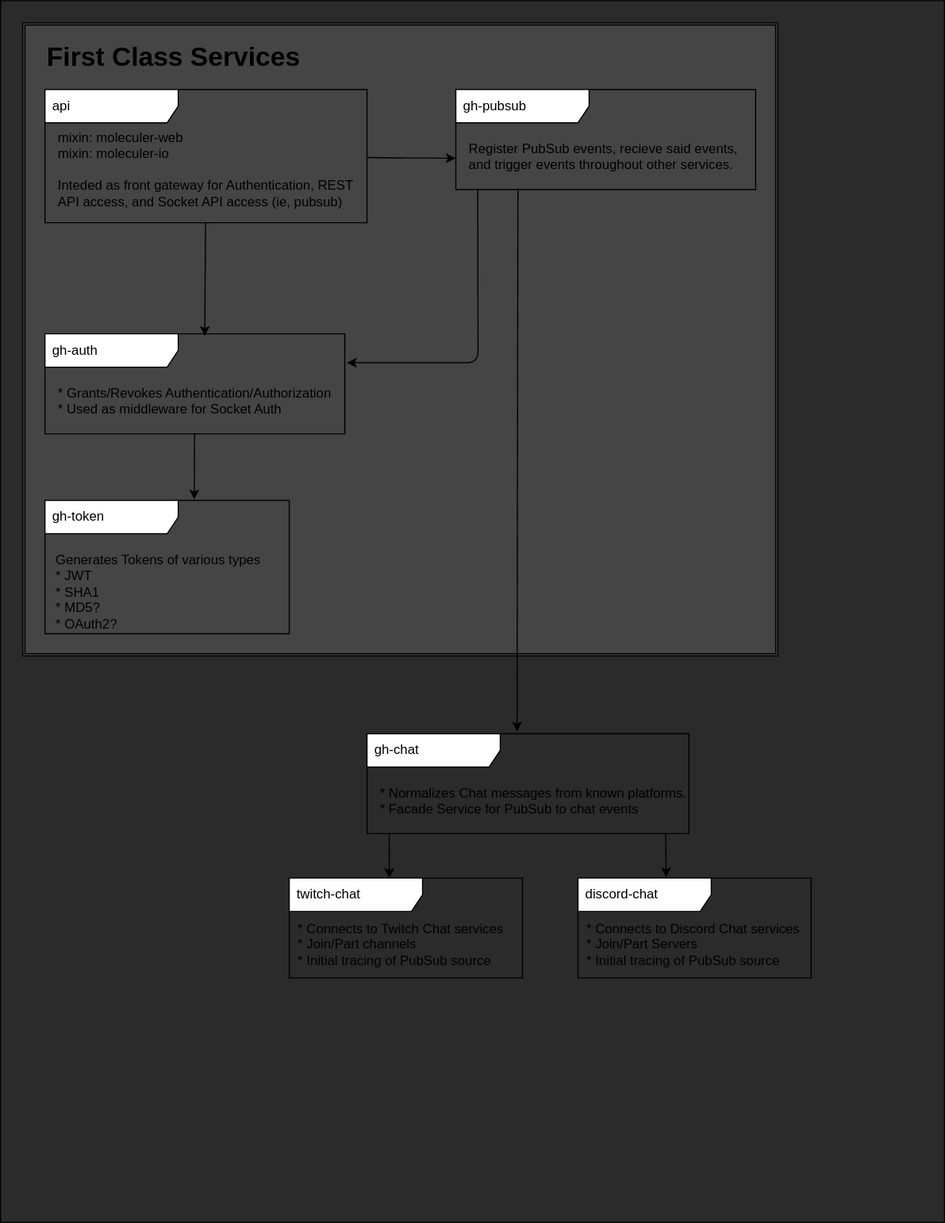
Above: docs/container-layout.drawio.svg in hangouthere/golden-hammer-services (draw.io), before the change. Source tidied: cells renumbered, new cells last; positions are measured from the earlier drawing's top-left corner, leaving out a move shared by most shapes.
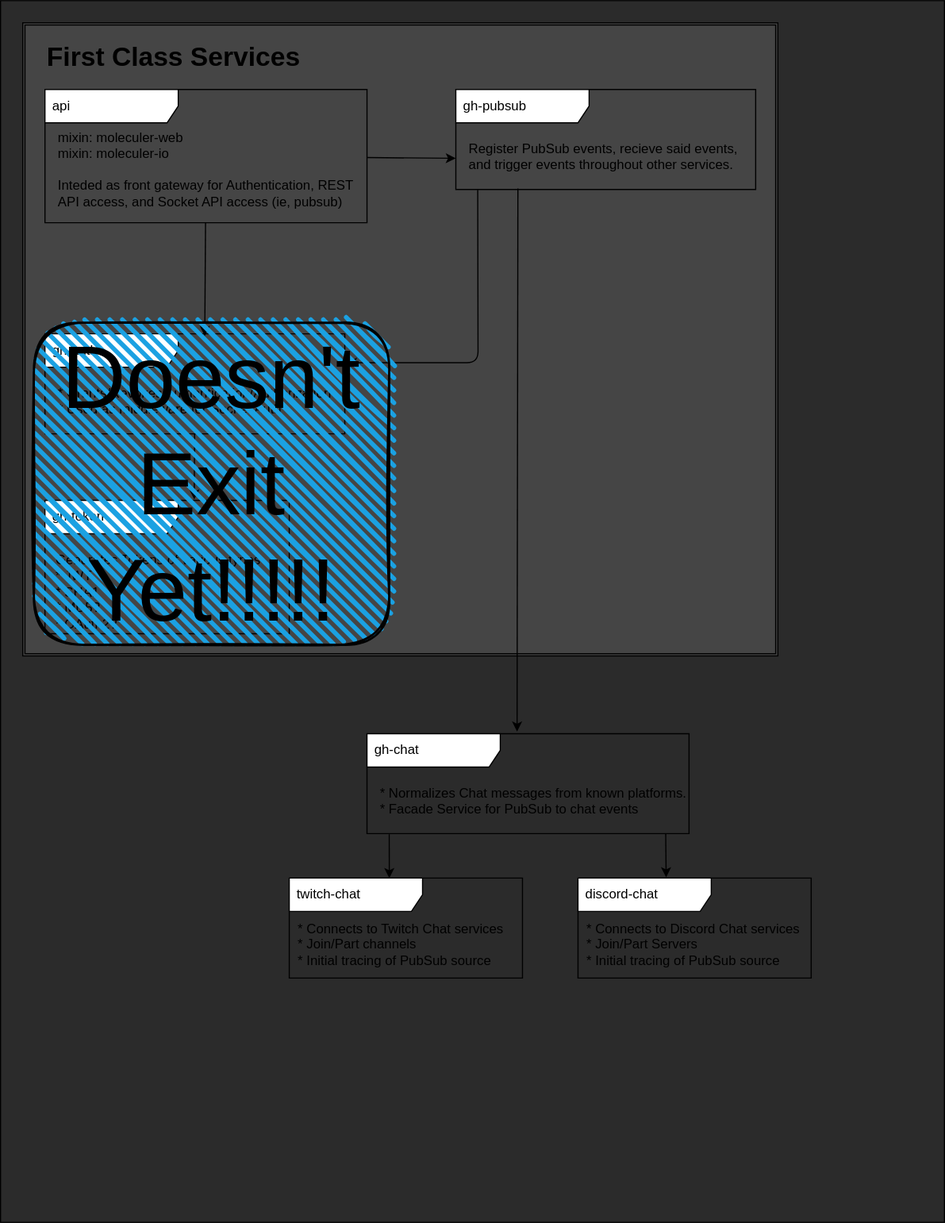
The same file after the commit.

What changed in the source:
```diff
@@ -22,7 +22,7 @@
       <mxGeometry x="10" y="30" width="270" height="80" as="geometry" />
     </mxCell>
     <mxCell id="9" style="group;" parent="4" vertex="1">
-      <mxGeometry x="20" y="280" width="280" height="120" as="geometry" />
+      <mxGeometry x="20" y="280" width="310" height="280" as="geometry" />
     </mxCell>
     <mxCell id="10" value="gh-auth" style="shape=umlFrame;whiteSpace=wrap;html=1;width=120;height=30;boundedLbl=1;verticalAlign=middle;align=left;spacingLeft=5;" parent="9" vertex="1">
       <mxGeometry width="270" height="90" as="geometry" />
@@ -102,5 +102,8 @@
     <mxCell id="33" value="gh-chat" style="shape=umlFrame;whiteSpace=wrap;html=1;width=120;height=30;boundedLbl=1;verticalAlign=middle;align=left;spacingLeft=5;" parent="3" vertex="1">
       <mxGeometry x="330" y="660" width="290" height="90" as="geometry" />
     </mxCell>
+    <mxCell id="34" value="Doesn't Exit Yet!!!!!" style="rounded=1;whiteSpace=wrap;html=1;strokeWidth=2;fillWeight=4;hachureGap=8;hachureAngle=45;fillColor=#1ba1e2;sketch=1;fontSize=80;fontColor=#000000;" parent="3" vertex="1">
+      <mxGeometry x="30" y="290" width="320" height="290" as="geometry" />
+    </mxCell>
   </root>
 </mxGraphModel>
```
